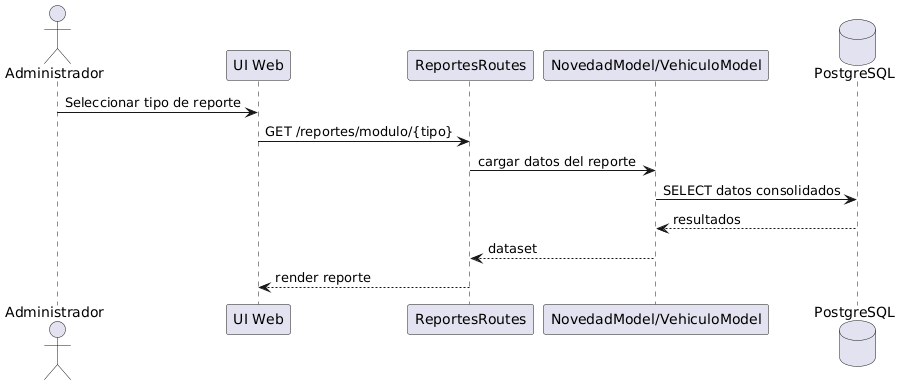
maranavard/SISTEMA-COMPUTACIONAL-PARA-LA-GESTION-Y-CONTROL-DE-ACCESO-DE-AUTOMOVILES-M-DULO-WEB keeps this PlantUML diagram as docs/uml/render/secuencias/CU02_consultar_reportes.png. Above is the earlier version.
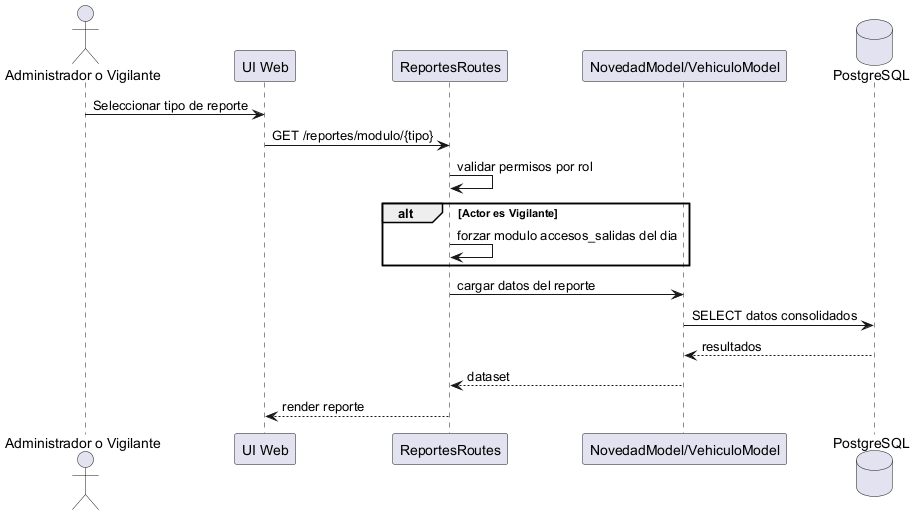
The same diagram one commit later.

The edit, as a diff of the source:
```diff
@@ -1,12 +1,16 @@
-@startuml
-actor Administrador
+@startuml CU02_consultar_reportes
+actor "Administrador o Vigilante" as Actor
 participant "UI Web" as UI
 participant "ReportesRoutes" as R
 participant "NovedadModel/VehiculoModel" as M
 database "PostgreSQL" as DB
 
-Administrador -> UI : Seleccionar tipo de reporte
+Actor -> UI : Seleccionar tipo de reporte
 UI -> R : GET /reportes/modulo/{tipo}
+R -> R : validar permisos por rol
+alt Actor es Vigilante
+	R -> R : forzar modulo accesos_salidas del dia
+end
 R -> M : cargar datos del reporte
 M -> DB : SELECT datos consolidados
 DB --> M : resultados
```
